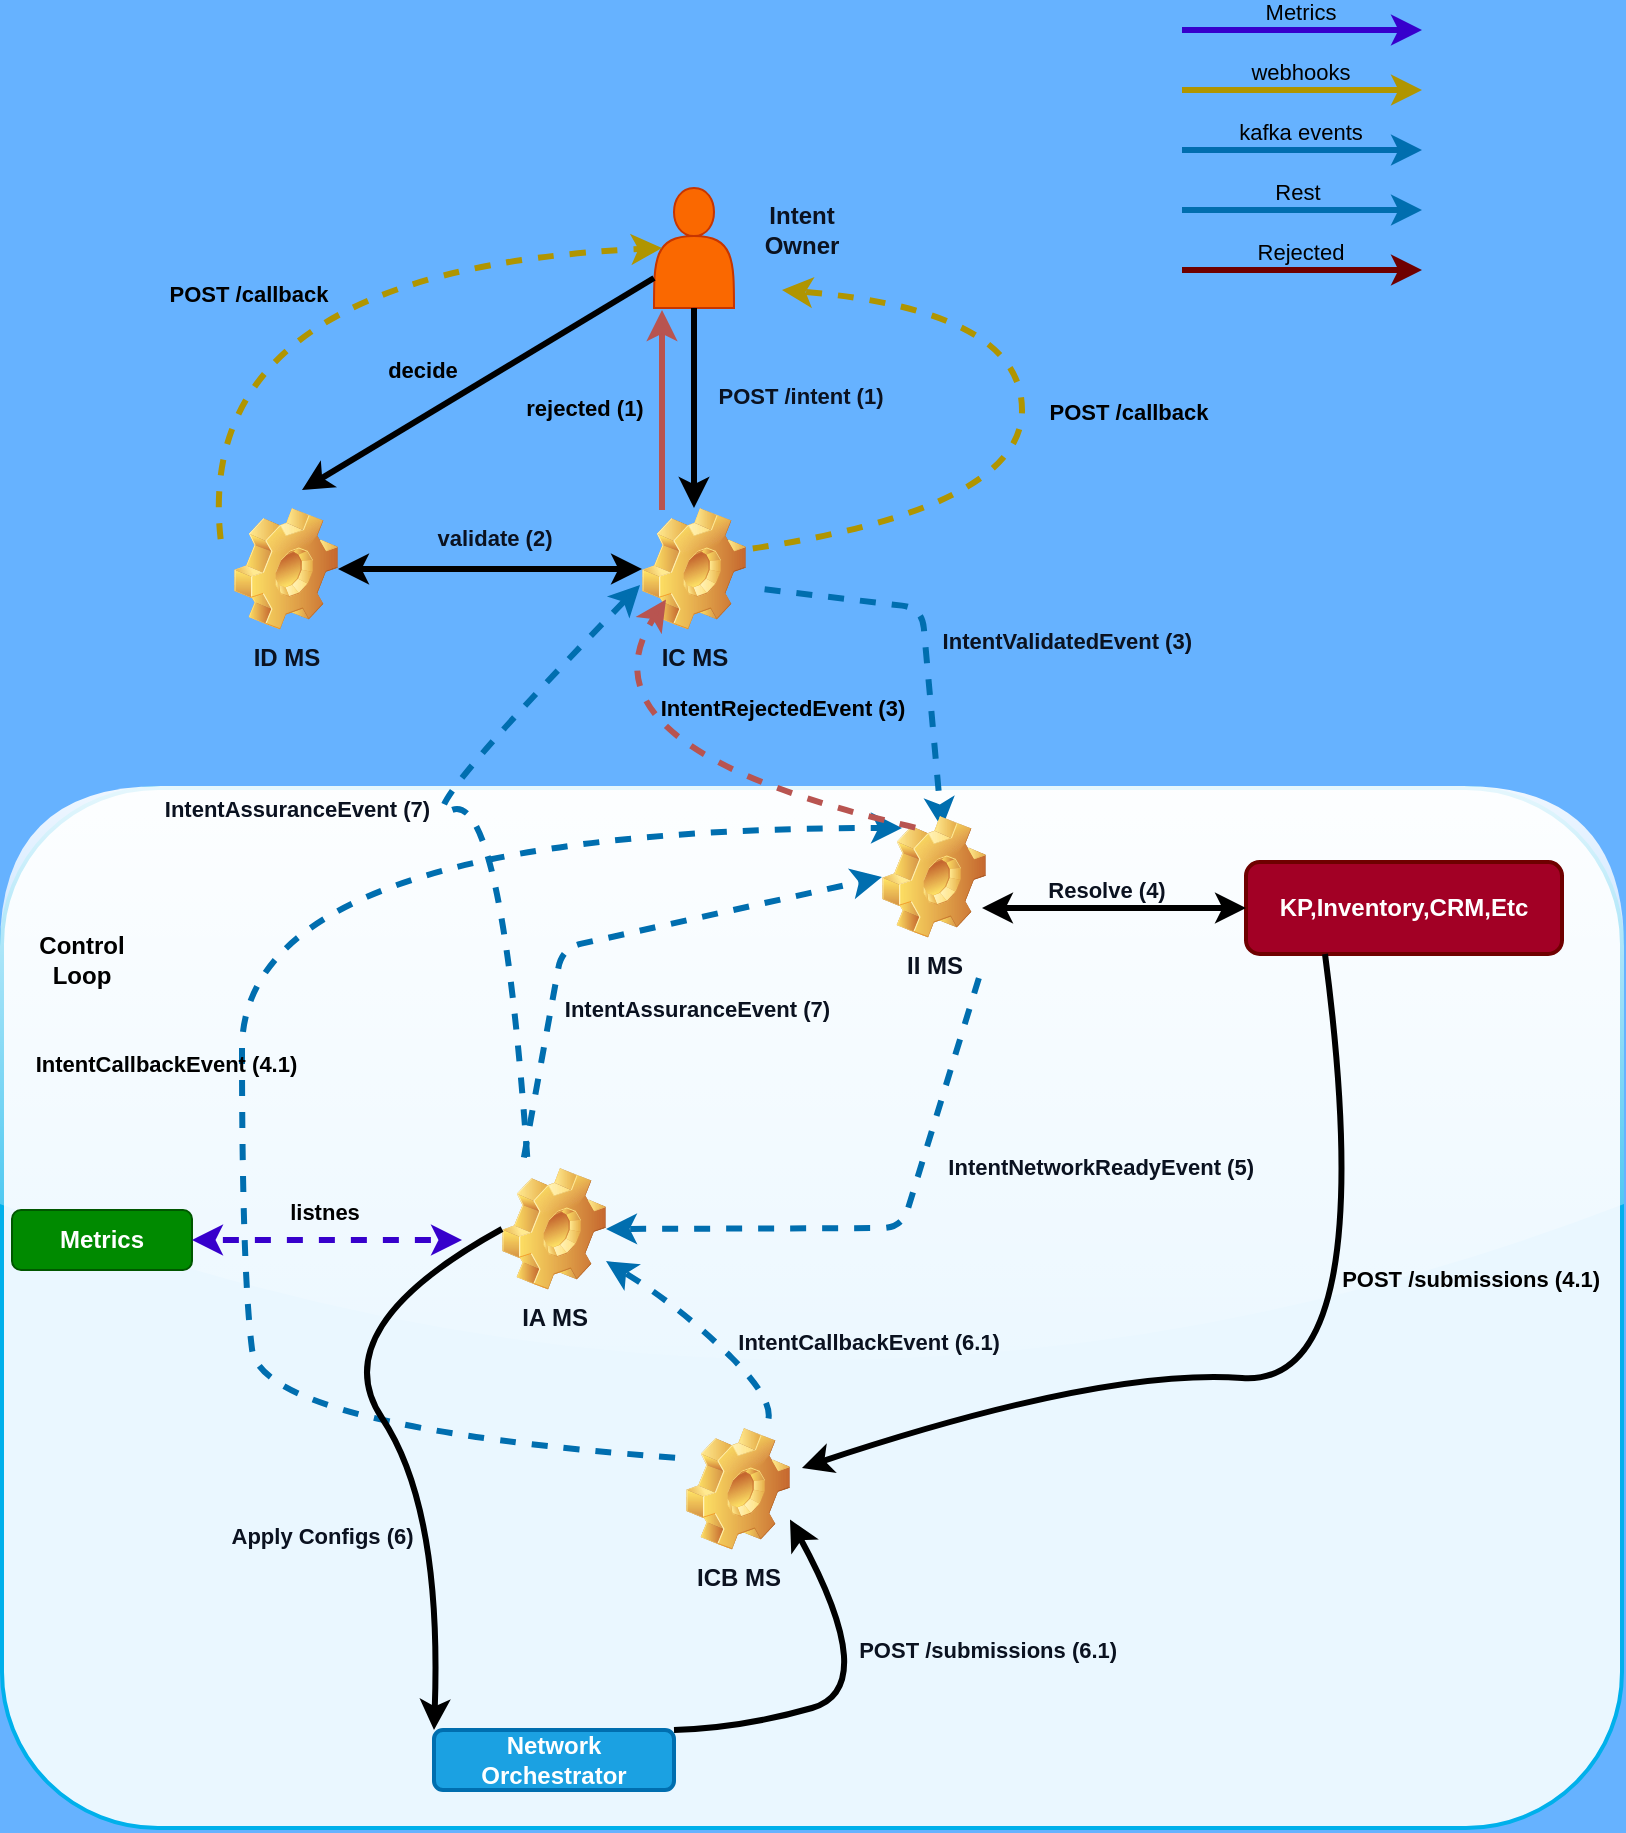
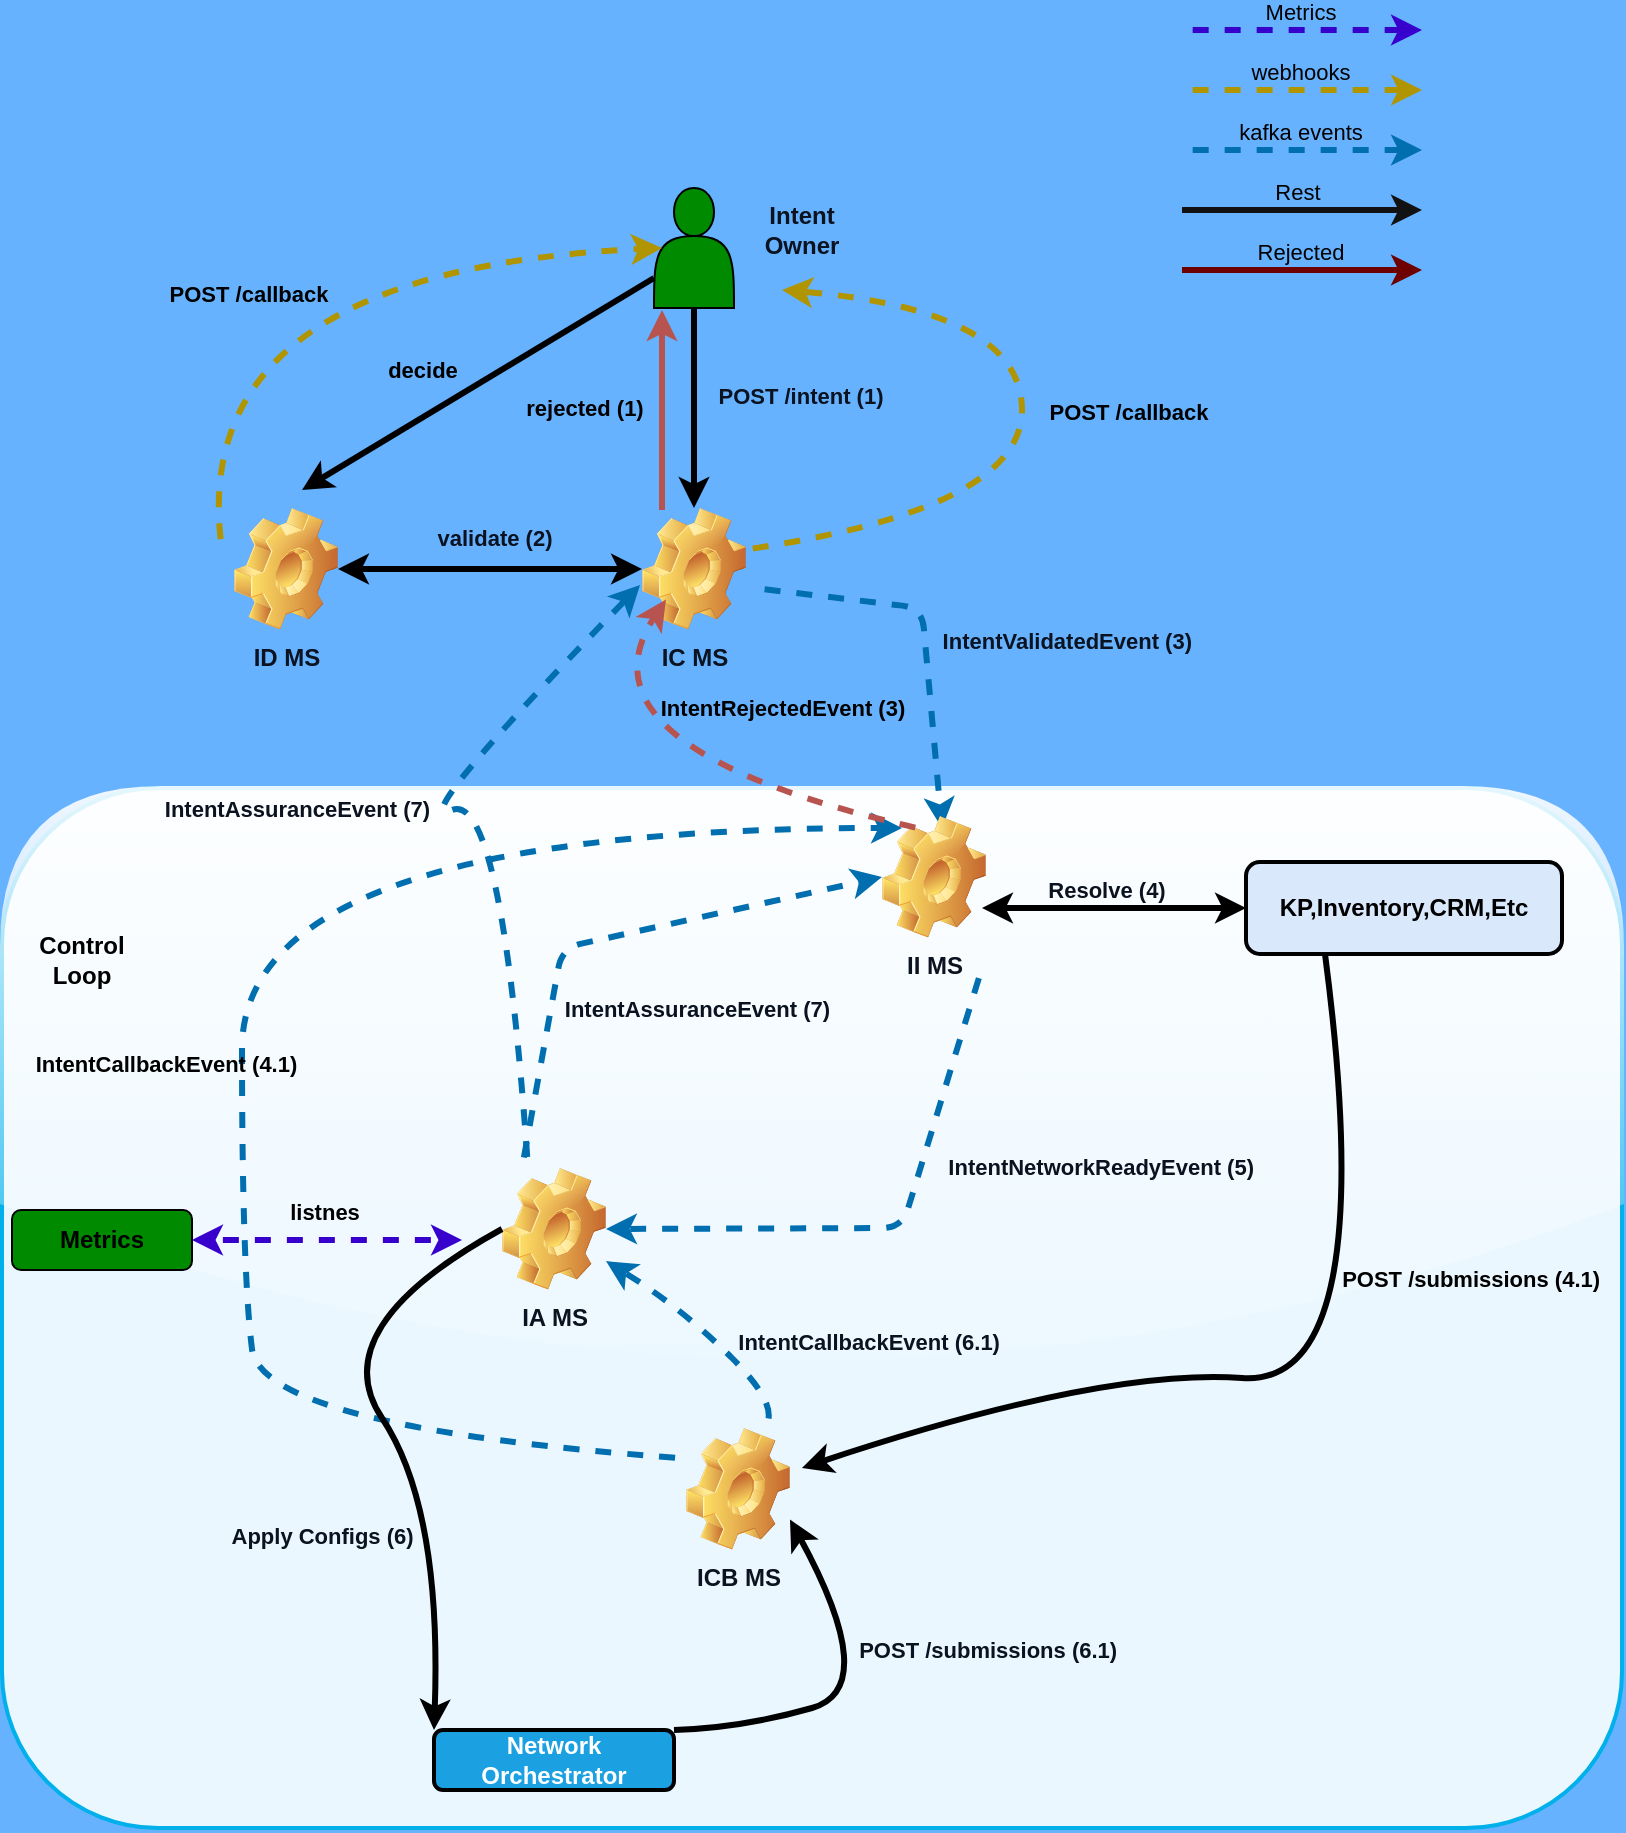
<mxfile host="65bd71144e">
    <diagram id="hkdiFI0e61aXNWWX01rr" name="Page-1">
-         <mxGraphModel dx="978" dy="638" grid="1" gridSize="10" guides="1" tooltips="1" connect="1" arrows="1" fold="1" page="1" pageScale="1" pageWidth="827" pageHeight="1169" background="#66B2FF" math="0" shadow="0">
+         <mxGraphModel dx="759" dy="638" grid="1" gridSize="10" guides="1" tooltips="1" connect="1" arrows="1" fold="1" page="1" pageScale="1" pageWidth="827" pageHeight="1169" background="#66B2FF" math="0" shadow="0">
            <root>
                <mxCell id="0"/>
                <mxCell id="1" parent="0"/>
                <mxCell id="44" value="" style="rounded=1;whiteSpace=wrap;html=1;strokeWidth=2;glass=1;shadow=0;fillStyle=auto;fillColor=#EAF7FF;fontColor=#0B1220;strokeColor=#00B0EB;" parent="1" vertex="1">
                    <mxGeometry x="10" y="449" width="810" height="520" as="geometry"/>
                </mxCell>
                <mxCell id="2" value="IA MS" style="shape=image;html=1;verticalLabelPosition=bottom;verticalAlign=top;imageAspect=1;aspect=fixed;image=img/clipart/Gear_128x128.png;container=0;fontStyle=1;fillColor=#E6F7FF;strokeColor=#00B0EB;fontColor=#0B1220;strokeWidth=2;shadow=0;" parent="1" vertex="1">
                    <mxGeometry x="260" y="639" width="52" height="61" as="geometry"/>
                </mxCell>
                <mxCell id="7" value="" style="endArrow=classic;html=1;shadow=0;flowAnimation=1;strokeWidth=3;strokeColor=#006EAF;entryX=0;entryY=0.5;entryDx=0;entryDy=0;jumpStyle=arc;fontColor=#0B1220;fillColor=#1ba1e2;" parent="1" target="28" edge="1">
                    <mxGeometry width="50" height="50" relative="1" as="geometry">
                        <mxPoint x="270" y="639" as="sourcePoint"/>
                        <mxPoint x="430" y="489" as="targetPoint"/>
                        <Array as="points">
                            <mxPoint x="290" y="529"/>
                        </Array>
                    </mxGeometry>
                </mxCell>
                <mxCell id="9" value="IntentNetworkReadyEvent (5)" style="edgeLabel;align=center;verticalAlign=middle;resizable=0;points=[];container=0;fontColor=#0B1220;labelBackgroundColor=none;fontStyle=1;fillColor=#E8F5E9;strokeColor=#2E7D32;strokeWidth=2;shadow=0;" parent="7" vertex="1" connectable="0">
                    <mxGeometry x="0.0249" y="3" relative="1" as="geometry">
                        <mxPoint x="241" y="118" as="offset"/>
                    </mxGeometry>
                </mxCell>
                <mxCell id="8" value="" style="endArrow=classic;html=1;entryX=1;entryY=0.5;entryDx=0;entryDy=0;exitX=1;exitY=1;exitDx=0;exitDy=0;flowAnimation=1;jumpStyle=arc;strokeWidth=3;strokeColor=#006EAF;fontColor=#0B1220;fillColor=#1ba1e2;" parent="1" target="2" edge="1">
                    <mxGeometry width="50" height="50" relative="1" as="geometry">
                        <mxPoint x="500" y="539" as="sourcePoint"/>
                        <mxPoint x="470" y="719" as="targetPoint"/>
                        <Array as="points">
                            <mxPoint x="460" y="669"/>
                        </Array>
                    </mxGeometry>
                </mxCell>
                <mxCell id="10" value="IntentAssuranceEvent (7)" style="edgeLabel;align=center;verticalAlign=middle;resizable=0;points=[];container=0;labelBackgroundColor=none;fontStyle=1;fillColor=#FFEBEE;strokeColor=#C62828;fontColor=#0B1220;strokeWidth=2;shadow=0;" parent="8" vertex="1" connectable="0">
                    <mxGeometry x="-0.196" relative="1" as="geometry">
                        <mxPoint x="-109" y="-89" as="offset"/>
                    </mxGeometry>
                </mxCell>
                <mxCell id="12" value="IC MS" style="shape=image;html=1;verticalLabelPosition=bottom;verticalAlign=top;imageAspect=1;aspect=fixed;image=img/clipart/Gear_128x128.png;fontStyle=1;fillColor=#E6F7FF;strokeColor=#00B0EB;fontColor=#0B1220;strokeWidth=2;shadow=0;" parent="1" vertex="1">
                    <mxGeometry x="330" y="309" width="52" height="61" as="geometry"/>
                </mxCell>
-                 <mxCell id="13" value="" style="shape=actor;whiteSpace=wrap;html=1;fillColor=#fa6800;strokeColor=#C73500;fontColor=#000000;shadow=0;" parent="1" vertex="1">
+                 <mxCell id="13" value="" style="shape=actor;whiteSpace=wrap;html=1;fillColor=#008a00;strokeColor=default;shadow=0;fontColor=#ffffff;" parent="1" vertex="1">
                    <mxGeometry x="336" y="149" width="40" height="60" as="geometry"/>
                </mxCell>
                <mxCell id="14" value="" style="endArrow=classic;html=1;exitX=0.5;exitY=1;exitDx=0;exitDy=0;strokeWidth=3;flowAnimation=0;strokeColor=default;fontColor=#0B1220;" parent="1" source="13" target="12" edge="1">
                    <mxGeometry width="50" height="50" relative="1" as="geometry">
                        <mxPoint x="430" y="379" as="sourcePoint"/>
                        <mxPoint x="480" y="329" as="targetPoint"/>
                    </mxGeometry>
                </mxCell>
                <mxCell id="17" value="POST /intent (1)" style="edgeLabel;html=1;align=center;verticalAlign=middle;resizable=0;points=[];fontColor=#0B1220;fontStyle=1;labelBackgroundColor=none;strokeColor=#64748B;shadow=0;" parent="14" vertex="1" connectable="0">
                    <mxGeometry x="-0.13" relative="1" as="geometry">
                        <mxPoint x="53" as="offset"/>
                    </mxGeometry>
                </mxCell>
                <mxCell id="15" value="ICB MS" style="shape=image;html=1;verticalLabelPosition=bottom;verticalAlign=top;imageAspect=1;aspect=fixed;image=img/clipart/Gear_128x128.png;fontStyle=1;fillColor=#FFF3E0;strokeColor=#F57C00;fontColor=#0B1220;strokeWidth=2;shadow=0;" parent="1" vertex="1">
                    <mxGeometry x="352" y="769" width="52" height="61" as="geometry"/>
                </mxCell>
                <mxCell id="16" value="" style="endArrow=classic;html=1;exitX=0.5;exitY=1;exitDx=0;exitDy=0;strokeWidth=3;flowAnimation=1;jumpStyle=arc;strokeColor=#006EAF;fontColor=#0B1220;fillColor=#1ba1e2;" parent="1" edge="1">
                    <mxGeometry width="50" height="50" relative="1" as="geometry">
                        <mxPoint x="386" y="349" as="sourcePoint"/>
                        <mxPoint x="480" y="469" as="targetPoint"/>
                        <Array as="points">
                            <mxPoint x="470" y="359"/>
                        </Array>
                    </mxGeometry>
                </mxCell>
                <mxCell id="18" value="IntentValidatedEvent (3)" style="edgeLabel;align=center;verticalAlign=middle;resizable=0;points=[];fontColor=#0B1220;fontStyle=1;labelBackgroundColor=none;strokeColor=#64748B;shadow=0;" parent="16" vertex="1" connectable="0">
                    <mxGeometry x="0.0229" y="-3" relative="1" as="geometry">
                        <mxPoint x="74" as="offset"/>
                    </mxGeometry>
                </mxCell>
-                 <mxCell id="21" value="Network Orchestrator" style="rounded=1;whiteSpace=wrap;html=1;fillColor=#1ba1e2;fontColor=#ffffff;strokeColor=#006EAF;fontStyle=1;strokeWidth=2;shadow=0;" parent="1" vertex="1">
+                 <mxCell id="21" value="Network Orchestrator" style="rounded=1;whiteSpace=wrap;html=1;fillColor=#1ba1e2;fontColor=#ffffff;strokeColor=default;fontStyle=1;strokeWidth=2;shadow=0;" parent="1" vertex="1">
                    <mxGeometry x="226" y="920" width="120" height="30" as="geometry"/>
                </mxCell>
                <mxCell id="22" value="Intent Owner" style="text;html=1;align=center;verticalAlign=middle;whiteSpace=wrap;rounded=0;fontStyle=1;fillColor=none;strokeColor=none;fontColor=#0B1220;strokeWidth=2;shadow=0;" parent="1" vertex="1">
                    <mxGeometry x="380" y="155" width="60" height="30" as="geometry"/>
                </mxCell>
-                 <mxCell id="23" value="KP,Inventory,CRM,Etc" style="rounded=1;whiteSpace=wrap;html=1;fillColor=#a20025;fontColor=#ffffff;strokeColor=#6F0000;fontStyle=1;strokeWidth=2;shadow=0;" parent="1" vertex="1">
+                 <mxCell id="23" value="KP,Inventory,CRM,Etc" style="rounded=1;whiteSpace=wrap;html=1;fillColor=#dae8fc;strokeColor=default;fontStyle=1;strokeWidth=2;shadow=0;" parent="1" vertex="1">
                    <mxGeometry x="632" y="486" width="158" height="46" as="geometry"/>
                </mxCell>
                <mxCell id="25" value="" style="endArrow=classic;startArrow=classic;html=1;exitX=1;exitY=0.5;exitDx=0;exitDy=0;entryX=0;entryY=0.5;entryDx=0;entryDy=0;endSize=6;strokeWidth=3;flowAnimation=0;strokeColor=default;fontColor=#0B1220;" parent="1" target="23" edge="1">
                    <mxGeometry width="50" height="50" relative="1" as="geometry">
                        <mxPoint x="500" y="509" as="sourcePoint"/>
                        <mxPoint x="590" y="519" as="targetPoint"/>
                    </mxGeometry>
                </mxCell>
                <mxCell id="34" value="Resolve (4)" style="edgeLabel;html=1;align=center;verticalAlign=middle;resizable=0;points=[];fontStyle=1;labelBackgroundColor=none;strokeColor=#64748B;fontColor=#0B1220;shadow=0;" parent="25" vertex="1" connectable="0">
                    <mxGeometry x="-0.0667" relative="1" as="geometry">
                        <mxPoint y="-9" as="offset"/>
                    </mxGeometry>
                </mxCell>
                <mxCell id="28" value="II MS" style="shape=image;html=1;verticalLabelPosition=bottom;verticalAlign=top;imageAspect=1;aspect=fixed;image=img/clipart/Gear_128x128.png;fontStyle=1;fillColor=#E6F7FF;strokeColor=#00B0EB;fontColor=#0B1220;strokeWidth=2;shadow=0;enumerate=0;treeMoving=0;" parent="1" vertex="1">
                    <mxGeometry x="450" y="463" width="52" height="61" as="geometry"/>
                </mxCell>
                <mxCell id="29" value="ID MS" style="shape=image;html=1;verticalLabelPosition=bottom;verticalAlign=top;imageAspect=1;aspect=fixed;image=img/clipart/Gear_128x128.png;fontStyle=1;fillColor=#E6F7FF;strokeColor=#00B0EB;fontColor=#0B1220;strokeWidth=2;shadow=0;" parent="1" vertex="1">
                    <mxGeometry x="126" y="309" width="52" height="61" as="geometry"/>
                </mxCell>
                <mxCell id="30" value="" style="endArrow=classic;startArrow=classic;html=1;exitX=1;exitY=0.5;exitDx=0;exitDy=0;entryX=0;entryY=0.5;entryDx=0;entryDy=0;strokeWidth=3;flowAnimation=0;strokeColor=default;fontColor=#0B1220;" parent="1" source="29" target="12" edge="1">
                    <mxGeometry width="50" height="50" relative="1" as="geometry">
                        <mxPoint x="280" y="469" as="sourcePoint"/>
                        <mxPoint x="330" y="419" as="targetPoint"/>
                    </mxGeometry>
                </mxCell>
                <mxCell id="31" value="validate (2)" style="edgeLabel;html=1;align=center;verticalAlign=middle;resizable=0;points=[];fontStyle=1;labelBackgroundColor=none;strokeColor=#64748B;fontColor=#0B1220;shadow=0;" parent="30" vertex="1" connectable="0">
                    <mxGeometry y="2" relative="1" as="geometry">
                        <mxPoint x="2" y="-14" as="offset"/>
                    </mxGeometry>
                </mxCell>
-                 <mxCell id="32" value="" style="curved=1;endArrow=classic;html=1;strokeWidth=3;flowAnimation=0;fillColor=#0050ef;strokeColor=default;fontColor=#0B1220;exitX=0.25;exitY=1;exitDx=0;exitDy=0;" parent="1" edge="1" source="23">
+                 <mxCell id="32" value="" style="curved=1;endArrow=classic;html=1;strokeWidth=3;flowAnimation=0;fillColor=#0050ef;strokeColor=default;fontColor=#0B1220;exitX=0.25;exitY=1;exitDx=0;exitDy=0;" parent="1" source="23" edge="1">
                    <mxGeometry width="50" height="50" relative="1" as="geometry">
                        <mxPoint x="670" y="550" as="sourcePoint"/>
                        <mxPoint x="410" y="789" as="targetPoint"/>
                        <Array as="points">
                            <mxPoint x="700" y="749"/>
                            <mxPoint x="560" y="739"/>
                        </Array>
                    </mxGeometry>
                </mxCell>
                <mxCell id="33" value="" style="curved=1;endArrow=classic;html=1;exitX=0;exitY=0.25;exitDx=0;exitDy=0;strokeWidth=3;flowAnimation=1;fillColor=#1ba1e2;strokeColor=#006EAF;fontColor=#0B1220;" parent="1" source="15" edge="1">
                    <mxGeometry width="50" height="50" relative="1" as="geometry">
                        <mxPoint x="90" y="769" as="sourcePoint"/>
                        <mxPoint x="460" y="469" as="targetPoint"/>
                        <Array as="points">
                            <mxPoint x="140" y="769"/>
                            <mxPoint x="130" y="690"/>
                            <mxPoint x="130" y="469"/>
                        </Array>
                    </mxGeometry>
                </mxCell>
                <mxCell id="36" value="" style="curved=1;endArrow=classic;html=1;exitX=0;exitY=0.5;exitDx=0;exitDy=0;entryX=0;entryY=0;entryDx=0;entryDy=0;strokeWidth=3;fillColor=#e3c800;strokeColor=default;flowAnimation=0;fontColor=#0B1220;" parent="1" source="2" target="21" edge="1">
                    <mxGeometry width="50" height="50" relative="1" as="geometry">
                        <mxPoint x="230" y="859" as="sourcePoint"/>
                        <mxPoint x="280" y="809" as="targetPoint"/>
                        <Array as="points">
                            <mxPoint x="170" y="719"/>
                            <mxPoint x="230" y="809"/>
                        </Array>
                    </mxGeometry>
                </mxCell>
                <mxCell id="37" value="Apply Configs (6)" style="edgeLabel;align=center;verticalAlign=middle;resizable=0;points=[];labelBackgroundColor=none;fontColor=#0B1220;fontStyle=1;strokeColor=#64748B;shadow=0;" parent="36" vertex="1" connectable="0">
                    <mxGeometry x="0.2297" y="-7" relative="1" as="geometry">
                        <mxPoint x="-47" y="20" as="offset"/>
                    </mxGeometry>
                </mxCell>
-                 <mxCell id="38" value="" style="curved=1;endArrow=classic;html=1;entryX=1;entryY=0.75;entryDx=0;entryDy=0;fillColor=#e3c800;strokeColor=default;strokeWidth=3;flowAnimation=0;fontColor=#0B1220;exitX=1;exitY=0;exitDx=0;exitDy=0;" parent="1" target="15" edge="1" source="21">
+                 <mxCell id="38" value="" style="curved=1;endArrow=classic;html=1;entryX=1;entryY=0.75;entryDx=0;entryDy=0;fillColor=#e3c800;strokeColor=default;strokeWidth=3;flowAnimation=0;fontColor=#0B1220;exitX=1;exitY=0;exitDx=0;exitDy=0;" parent="1" source="21" target="15" edge="1">
                    <mxGeometry width="50" height="50" relative="1" as="geometry">
                        <mxPoint x="330" y="919" as="sourcePoint"/>
                        <mxPoint x="380" y="869" as="targetPoint"/>
                        <Array as="points">
                            <mxPoint x="380" y="919"/>
                            <mxPoint x="450" y="899"/>
                        </Array>
                    </mxGeometry>
                </mxCell>
                <mxCell id="39" value="POST /submissions (6.1)" style="edgeLabel;align=center;verticalAlign=middle;resizable=0;points=[];fontStyle=1;labelBackgroundColor=none;fontColor=#0B1220;strokeColor=#64748B;shadow=0;" parent="38" vertex="1" connectable="0">
                    <mxGeometry x="0.3261" y="9" relative="1" as="geometry">
                        <mxPoint x="74" as="offset"/>
                    </mxGeometry>
                </mxCell>
                <mxCell id="40" value="" style="curved=1;endArrow=classic;html=1;exitX=0.75;exitY=0;exitDx=0;exitDy=0;fillColor=#1ba1e2;strokeColor=#006EAF;strokeWidth=3;flowAnimation=1;fontColor=#0B1220;" parent="1" source="15" target="2" edge="1">
                    <mxGeometry width="50" height="50" relative="1" as="geometry">
                        <mxPoint x="350" y="759" as="sourcePoint"/>
                        <mxPoint x="400" y="709" as="targetPoint"/>
                        <Array as="points">
                            <mxPoint x="400" y="759"/>
                            <mxPoint x="350" y="709"/>
                        </Array>
                    </mxGeometry>
                </mxCell>
                <mxCell id="41" value="IntentCallbackEvent (6.1)" style="edgeLabel;align=center;verticalAlign=middle;resizable=0;points=[];fontStyle=1;labelBackgroundColor=none;fontColor=#0B1220;strokeColor=#64748B;shadow=0;" parent="40" vertex="1" connectable="0">
                    <mxGeometry x="-0.0281" relative="1" as="geometry">
                        <mxPoint x="78" y="1" as="offset"/>
                    </mxGeometry>
                </mxCell>
                <mxCell id="46" value="" style="endArrow=classic;html=1;exitX=0;exitY=0.75;exitDx=0;exitDy=0;strokeWidth=3;" parent="1" source="13" edge="1">
                    <mxGeometry width="50" height="50" relative="1" as="geometry">
                        <mxPoint x="170" y="220" as="sourcePoint"/>
                        <mxPoint x="160" y="300" as="targetPoint"/>
                    </mxGeometry>
                </mxCell>
                <mxCell id="47" value="decide" style="edgeLabel;html=1;align=center;verticalAlign=middle;resizable=0;points=[];labelBackgroundColor=none;fontStyle=1" parent="46" vertex="1" connectable="0">
                    <mxGeometry x="-0.0222" y="1" relative="1" as="geometry">
                        <mxPoint x="-31" y="-7" as="offset"/>
                    </mxGeometry>
                </mxCell>
-                 <mxCell id="48" value="Metrics" style="rounded=1;whiteSpace=wrap;html=1;fillColor=#008a00;fontColor=#ffffff;strokeColor=#005700;fontStyle=1" parent="1" vertex="1">
+                 <mxCell id="48" value="Metrics" style="rounded=1;whiteSpace=wrap;html=1;fillColor=#008a00;fontColor=default;strokeColor=default;fontStyle=1;" parent="1" vertex="1">
                    <mxGeometry x="15" y="660" width="90" height="30" as="geometry"/>
                </mxCell>
                <mxCell id="49" value="" style="endArrow=classic;startArrow=classic;html=1;exitX=1;exitY=0.5;exitDx=0;exitDy=0;strokeWidth=3;flowAnimation=1;strokeColor=#3700CC;jumpStyle=arc;fillColor=#6a00ff;" parent="1" source="48" edge="1">
                    <mxGeometry width="50" height="50" relative="1" as="geometry">
                        <mxPoint x="150" y="720" as="sourcePoint"/>
                        <mxPoint x="240" y="675" as="targetPoint"/>
                    </mxGeometry>
                </mxCell>
                <mxCell id="55" value="listnes" style="edgeLabel;html=1;align=center;verticalAlign=middle;resizable=0;points=[];labelBackgroundColor=none;fontStyle=1" parent="49" vertex="1" connectable="0">
                    <mxGeometry x="-0.0462" y="4" relative="1" as="geometry">
                        <mxPoint x="1" y="-10" as="offset"/>
                    </mxGeometry>
                </mxCell>
                <mxCell id="50" value="IntentCallbackEvent (4.1)" style="edgeLabel;align=center;verticalAlign=middle;resizable=0;points=[];fontStyle=1;labelBackgroundColor=none;fontColor=default;" parent="1" vertex="1" connectable="0">
                    <mxGeometry x="220.0011238408634" y="585.0011238408631" as="geometry">
                        <mxPoint x="-128" y="1" as="offset"/>
                    </mxGeometry>
                </mxCell>
                <mxCell id="51" value="POST /submissions (4.1)" style="edgeLabel;align=center;verticalAlign=middle;resizable=0;points=[];fontStyle=1;labelBackgroundColor=none;fontColor=default;" parent="1" vertex="1" connectable="0">
                    <mxGeometry x="744.3029013611379" y="693.5364916215115" as="geometry"/>
                </mxCell>
                <mxCell id="54" value="Control Loop" style="text;html=1;align=center;verticalAlign=middle;whiteSpace=wrap;rounded=0;fontStyle=1" parent="1" vertex="1">
                    <mxGeometry x="20" y="520" width="60" height="30" as="geometry"/>
                </mxCell>
                <mxCell id="56" value="" style="endArrow=classic;html=1;rounded=0;jumpStyle=arc;curved=1;strokeWidth=3;shadow=0;flowAnimation=1;fillColor=#e3c800;strokeColor=#B09500;" parent="1" edge="1">
                    <mxGeometry width="50" height="50" relative="1" as="geometry">
                        <mxPoint x="380" y="330" as="sourcePoint"/>
                        <mxPoint x="400" y="200" as="targetPoint"/>
                        <Array as="points">
                            <mxPoint x="520" y="310"/>
                            <mxPoint x="520" y="210"/>
                        </Array>
                    </mxGeometry>
                </mxCell>
                <mxCell id="57" value="POST /callback" style="edgeLabel;html=1;align=center;verticalAlign=middle;resizable=0;points=[];labelBackgroundColor=none;fontStyle=1" parent="56" vertex="1" connectable="0">
                    <mxGeometry x="0.0525" y="1" relative="1" as="geometry">
                        <mxPoint x="54" as="offset"/>
                    </mxGeometry>
                </mxCell>
                <mxCell id="58" value="" style="endArrow=classic;html=1;rounded=0;entryX=0.1;entryY=0.5;entryDx=0;entryDy=0;entryPerimeter=0;curved=1;strokeWidth=3;flowAnimation=1;fillColor=#e3c800;strokeColor=#B09500;" parent="1" target="13" edge="1">
                    <mxGeometry width="50" height="50" relative="1" as="geometry">
                        <mxPoint x="120" y="330" as="sourcePoint"/>
                        <mxPoint x="130" y="210" as="targetPoint"/>
                        <Array as="points">
                            <mxPoint x="100" y="190"/>
                        </Array>
                    </mxGeometry>
                </mxCell>
                <mxCell id="59" value="POST /callback" style="edgeLabel;html=1;align=center;verticalAlign=middle;resizable=0;points=[];labelBackgroundColor=none;fontStyle=1" parent="1" vertex="1" connectable="0">
                    <mxGeometry x="133" y="201.4213562373095" as="geometry"/>
                </mxCell>
                <mxCell id="60" value="" style="endArrow=classic;html=1;rounded=0;strokeWidth=3;fillColor=#f8cecc;strokeColor=#b85450;" parent="1" edge="1">
                    <mxGeometry width="50" height="50" relative="1" as="geometry">
                        <mxPoint x="340" y="310" as="sourcePoint"/>
                        <mxPoint x="340" y="210" as="targetPoint"/>
                    </mxGeometry>
                </mxCell>
                <mxCell id="61" value="rejected (1)" style="edgeLabel;html=1;align=center;verticalAlign=middle;resizable=0;points=[];labelBackgroundColor=none;fontStyle=1" parent="60" vertex="1" connectable="0">
                    <mxGeometry x="0.0312" y="1" relative="1" as="geometry">
                        <mxPoint x="-38" as="offset"/>
                    </mxGeometry>
                </mxCell>
                <mxCell id="62" value="" style="endArrow=classic;html=1;rounded=0;entryX=0;entryY=0.75;entryDx=0;entryDy=0;strokeWidth=3;fillColor=#f8cecc;strokeColor=#b85450;flowAnimation=1;jumpStyle=arc;curved=1;" parent="1" edge="1">
                    <mxGeometry width="50" height="50" relative="1" as="geometry">
                        <mxPoint x="472" y="470" as="sourcePoint"/>
                        <mxPoint x="342" y="354.75" as="targetPoint"/>
                        <Array as="points">
                            <mxPoint x="292" y="430"/>
                        </Array>
                    </mxGeometry>
                </mxCell>
                <mxCell id="63" value="IntentRejectedEvent (3)" style="edgeLabel;html=1;align=center;verticalAlign=middle;resizable=0;points=[];labelBackgroundColor=none;fontStyle=1" parent="62" vertex="1" connectable="0">
                    <mxGeometry x="0.6388" y="-23" relative="1" as="geometry">
                        <mxPoint x="66" as="offset"/>
                    </mxGeometry>
                </mxCell>
                <mxCell id="69" value="" style="curved=1;endArrow=classic;html=1;exitX=0.25;exitY=0;exitDx=0;exitDy=0;entryX=-0.019;entryY=0.631;entryDx=0;entryDy=0;entryPerimeter=0;strokeWidth=3;flowAnimation=1;strokeColor=#006EAF;fillColor=#1ba1e2;" parent="1" source="2" target="12" edge="1">
                    <mxGeometry width="50" height="50" relative="1" as="geometry">
                        <mxPoint x="210" y="520" as="sourcePoint"/>
                        <mxPoint x="260" y="470" as="targetPoint"/>
                        <Array as="points">
                            <mxPoint x="260" y="450"/>
                            <mxPoint x="210" y="470"/>
                        </Array>
                    </mxGeometry>
                </mxCell>
                <mxCell id="70" value="IntentAssuranceEvent (7)" style="edgeLabel;align=center;verticalAlign=middle;resizable=0;points=[];container=0;labelBackgroundColor=none;fontStyle=1;fillColor=#FFEBEE;strokeColor=#C62828;fontColor=#0B1220;strokeWidth=2;shadow=0;" parent="1" vertex="1" connectable="0">
                    <mxGeometry x="157.4742132325223" y="458.9588069943022" as="geometry"/>
                </mxCell>
-                 <mxCell id="71" value="" style="endArrow=classic;html=1;fillColor=#e3c800;strokeColor=#B09500;strokeWidth=3;" edge="1" parent="1">
+                 <mxCell id="71" value="" style="endArrow=classic;html=1;fillColor=#e3c800;strokeColor=#B09500;strokeWidth=3;flowAnimation=1;" parent="1" edge="1">
                    <mxGeometry width="50" height="50" relative="1" as="geometry">
                        <mxPoint x="600" y="100" as="sourcePoint"/>
                        <mxPoint x="720" y="100" as="targetPoint"/>
                    </mxGeometry>
                </mxCell>
-                 <mxCell id="72" value="webhooks" style="edgeLabel;html=1;align=center;verticalAlign=middle;resizable=0;points=[];labelBackgroundColor=none;" vertex="1" connectable="0" parent="71">
-                     <mxGeometry x="-0.025" y="-1" relative="1" as="geometry">
-                         <mxPoint y="-10" as="offset"/>
-                     </mxGeometry>
-                 </mxCell>
-                 <mxCell id="73" value="" style="endArrow=classic;html=1;fillColor=#1ba1e2;strokeColor=#006EAF;strokeWidth=3;" edge="1" parent="1">
+                 <mxCell id="72" value="webhooks" style="edgeLabel;html=1;align=center;verticalAlign=middle;resizable=0;points=[];labelBackgroundColor=none;" parent="71" vertex="1" connectable="0">
+                     <mxGeometry x="-0.025" y="-1" relative="1" as="geometry">
+                         <mxPoint y="-10" as="offset"/>
+                     </mxGeometry>
+                 </mxCell>
+                 <mxCell id="73" value="" style="endArrow=classic;html=1;fillColor=#1ba1e2;strokeColor=#006EAF;strokeWidth=3;flowAnimation=1;" parent="1" edge="1">
                    <mxGeometry width="50" height="50" relative="1" as="geometry">
                        <mxPoint x="600" y="130" as="sourcePoint"/>
                        <mxPoint x="720" y="130" as="targetPoint"/>
                    </mxGeometry>
                </mxCell>
-                 <mxCell id="74" value="kafka events" style="edgeLabel;html=1;align=center;verticalAlign=middle;resizable=0;points=[];labelBackgroundColor=none;" vertex="1" connectable="0" parent="73">
-                     <mxGeometry x="-0.025" y="-1" relative="1" as="geometry">
-                         <mxPoint y="-10" as="offset"/>
-                     </mxGeometry>
-                 </mxCell>
-                 <mxCell id="76" value="" style="endArrow=classic;html=1;fillColor=#1ba1e2;strokeColor=#006EAF;strokeWidth=3;" edge="1" parent="1">
+                 <mxCell id="74" value="kafka events" style="edgeLabel;html=1;align=center;verticalAlign=middle;resizable=0;points=[];labelBackgroundColor=none;" parent="73" vertex="1" connectable="0">
+                     <mxGeometry x="-0.025" y="-1" relative="1" as="geometry">
+                         <mxPoint y="-10" as="offset"/>
+                     </mxGeometry>
+                 </mxCell>
+                 <mxCell id="76" value="" style="endArrow=classic;html=1;fillColor=#1ba1e2;strokeColor=#121212;strokeWidth=3;" parent="1" edge="1">
                    <mxGeometry width="50" height="50" relative="1" as="geometry">
                        <mxPoint x="600" y="160" as="sourcePoint"/>
                        <mxPoint x="720" y="160" as="targetPoint"/>
                    </mxGeometry>
                </mxCell>
-                 <mxCell id="77" value="Rest&amp;nbsp;" style="edgeLabel;html=1;align=center;verticalAlign=middle;resizable=0;points=[];labelBackgroundColor=none;" vertex="1" connectable="0" parent="76">
-                     <mxGeometry x="-0.025" y="-1" relative="1" as="geometry">
-                         <mxPoint y="-10" as="offset"/>
-                     </mxGeometry>
-                 </mxCell>
-                 <mxCell id="79" value="" style="endArrow=classic;html=1;fillColor=#a20025;strokeColor=#6F0000;strokeWidth=3;" edge="1" parent="1">
+                 <mxCell id="77" value="Rest&amp;nbsp;" style="edgeLabel;html=1;align=center;verticalAlign=middle;resizable=0;points=[];labelBackgroundColor=none;" parent="76" vertex="1" connectable="0">
+                     <mxGeometry x="-0.025" y="-1" relative="1" as="geometry">
+                         <mxPoint y="-10" as="offset"/>
+                     </mxGeometry>
+                 </mxCell>
+                 <mxCell id="79" value="" style="endArrow=classic;html=1;fillColor=#a20025;strokeColor=#6F0000;strokeWidth=3;" parent="1" edge="1">
                    <mxGeometry width="50" height="50" relative="1" as="geometry">
                        <mxPoint x="600" y="190" as="sourcePoint"/>
                        <mxPoint x="720" y="190" as="targetPoint"/>
                    </mxGeometry>
                </mxCell>
-                 <mxCell id="80" value="Rejected" style="edgeLabel;html=1;align=center;verticalAlign=middle;resizable=0;points=[];labelBackgroundColor=none;" vertex="1" connectable="0" parent="79">
-                     <mxGeometry x="-0.025" y="-1" relative="1" as="geometry">
-                         <mxPoint y="-10" as="offset"/>
-                     </mxGeometry>
-                 </mxCell>
-                 <mxCell id="83" value="" style="endArrow=classic;html=1;fillColor=#6a00ff;strokeColor=#3700CC;strokeWidth=3;" edge="1" parent="1">
+                 <mxCell id="80" value="Rejected" style="edgeLabel;html=1;align=center;verticalAlign=middle;resizable=0;points=[];labelBackgroundColor=none;" parent="79" vertex="1" connectable="0">
+                     <mxGeometry x="-0.025" y="-1" relative="1" as="geometry">
+                         <mxPoint y="-10" as="offset"/>
+                     </mxGeometry>
+                 </mxCell>
+                 <mxCell id="83" value="" style="endArrow=classic;html=1;fillColor=#6a00ff;strokeColor=#3700CC;strokeWidth=3;flowAnimation=1;" parent="1" edge="1">
                    <mxGeometry width="50" height="50" relative="1" as="geometry">
                        <mxPoint x="600" y="70" as="sourcePoint"/>
                        <mxPoint x="720" y="70" as="targetPoint"/>
                    </mxGeometry>
                </mxCell>
-                 <mxCell id="84" value="Metrics" style="edgeLabel;html=1;align=center;verticalAlign=middle;resizable=0;points=[];labelBackgroundColor=none;" vertex="1" connectable="0" parent="83">
+                 <mxCell id="84" value="Metrics" style="edgeLabel;html=1;align=center;verticalAlign=middle;resizable=0;points=[];labelBackgroundColor=none;" parent="83" vertex="1" connectable="0">
                    <mxGeometry x="-0.025" y="-1" relative="1" as="geometry">
                        <mxPoint y="-10" as="offset"/>
                    </mxGeometry>
                </mxCell>
            </root>
        </mxGraphModel>
    </diagram>
</mxfile>